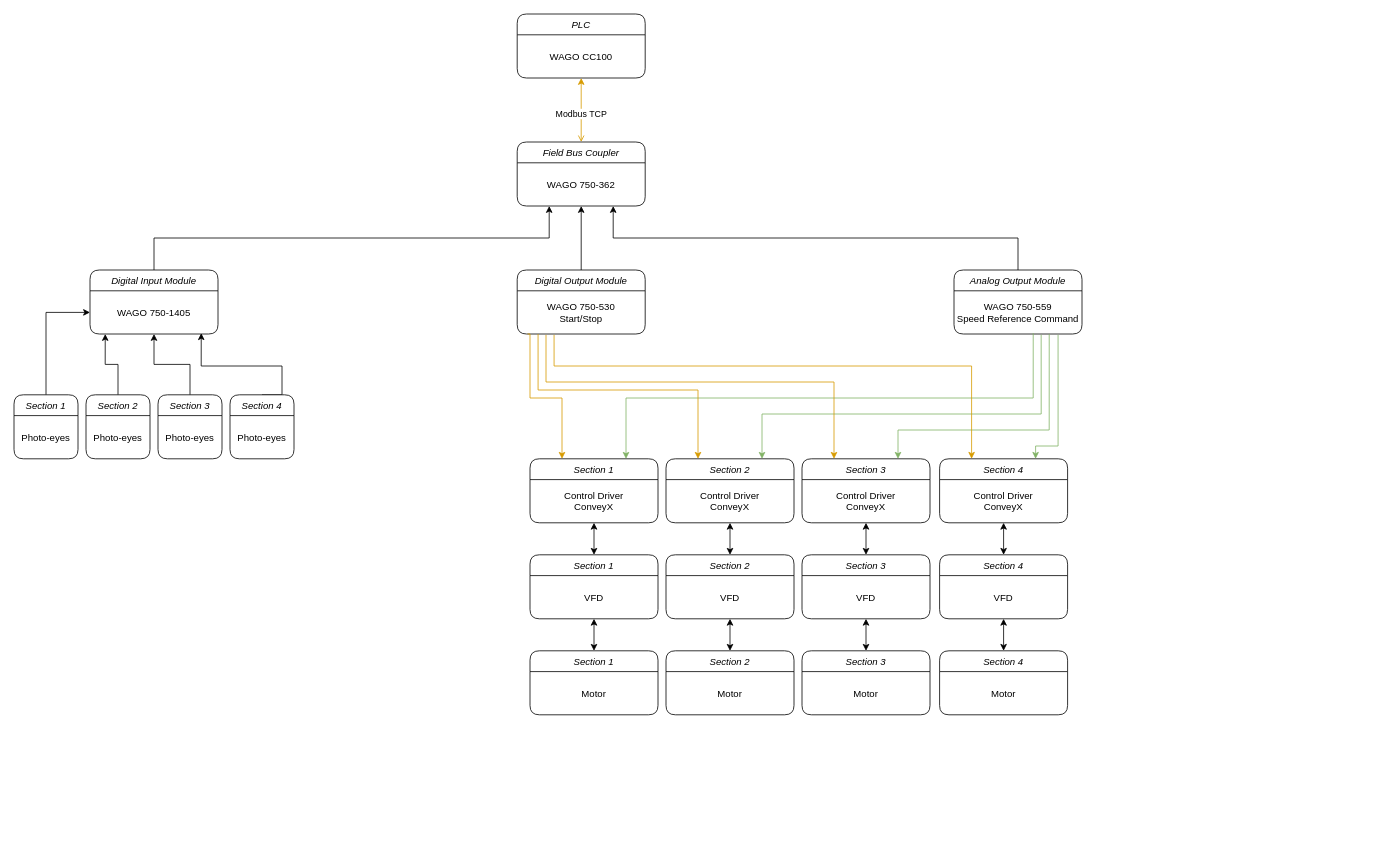
Above: Untitled Diagram.drawio in bactran1/AMZ-FlowControl (draw.io), before the change. Source tidied: cells renumbered, new cells numbered last; positions are measured from the earlier drawing's top-left corner, leaving out a move shared by most shapes. Both pictures are drawn from the tidied source at 80%, with x=0, y=0 at pixel (14, 14).
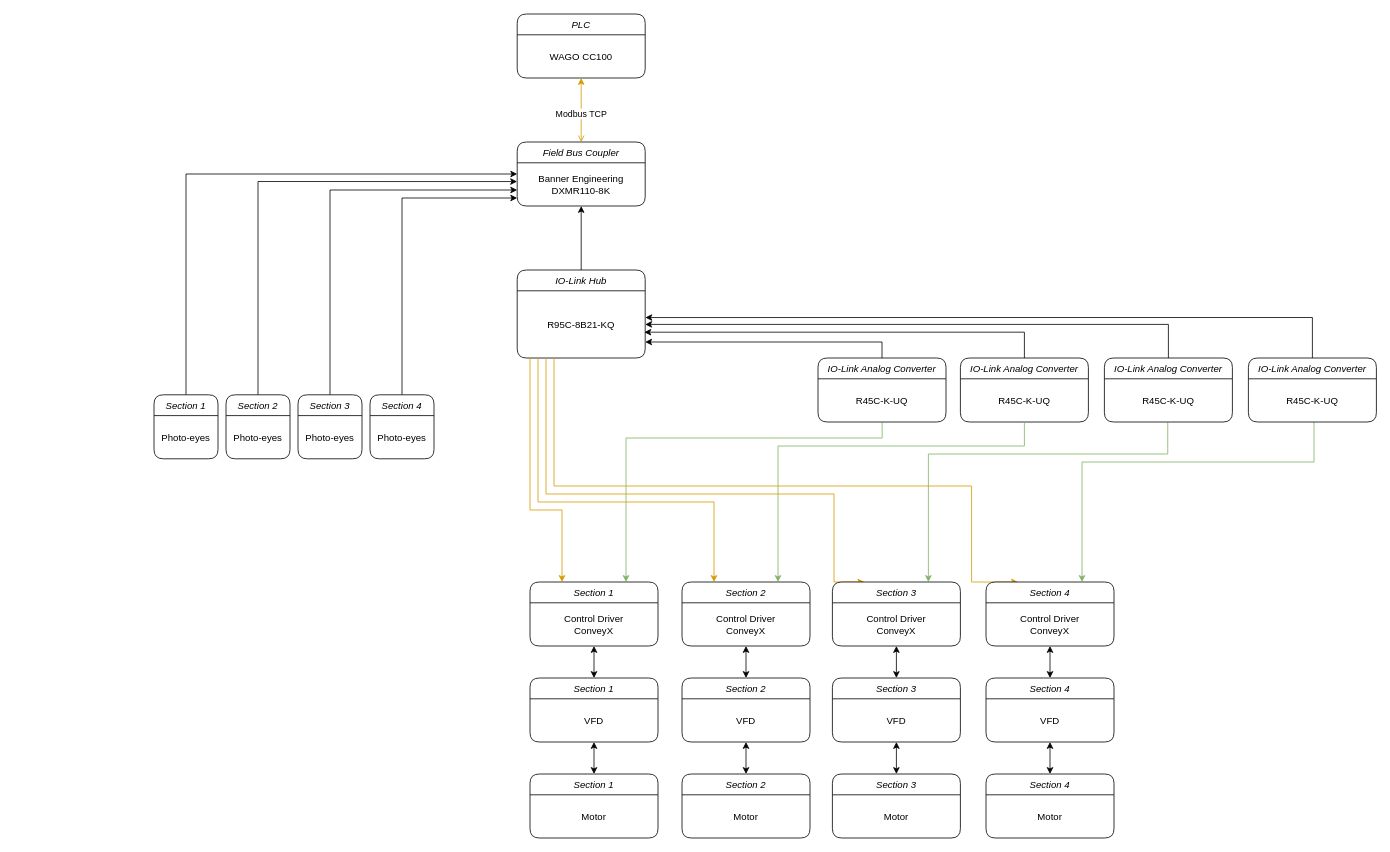
After the change.

The change refers to these unchanged cells:
```xml
<mxCell id="7" value="Field Bus Coupler" style="swimlane;fontStyle=2;align=center;verticalAlign=top;horizontal=1;startSize=26;rounded=1;shadow=0;strokeWidth=1;" parent="1" vertex="1">
  <mxGeometry x="629" y="160" width="160" height="80" as="geometry" />
</mxCell>
```

What changed in the source:
```diff
@@
-    <mxCell id="8" value="WAGO 750-362" style="text;align=center;verticalAlign=middle;spacingLeft=4;spacingRight=4;overflow=hidden;points=[[0,0.5],[1,0.5]];portConstraint=eastwest;rounded=0;shadow=0;html=0;" parent="7" vertex="1">
+    <mxCell id="8" value="Banner Engineering&#10;DXMR110-8K" style="text;align=center;verticalAlign=middle;spacingLeft=4;spacingRight=4;overflow=hidden;points=[[0,0.5],[1,0.5]];portConstraint=eastwest;rounded=0;shadow=0;html=0;" parent="7" vertex="1">
       <mxGeometry y="26" width="160" height="54" as="geometry" />
     </mxCell>
-    <mxCell id="9" style="edgeStyle=orthogonalEdgeStyle;rounded=0;jettySize=auto;html=1;exitX=0.5;exitY=0;exitDx=0;exitDy=0;entryX=0.25;entryY=1;entryDx=0;entryDy=0;" parent="1" edge="1" source="10" target="7">
-      <mxGeometry relative="1" as="geometry" />
-    </mxCell>
-    <mxCell id="10" value="Digital Input Module" style="swimlane;fontStyle=2;align=center;verticalAlign=top;horizontal=1;startSize=26;rounded=1;shadow=0;strokeWidth=1;" parent="1" vertex="1">
-      <mxGeometry x="95" y="320" width="160" height="80" as="geometry" />
-    </mxCell>
-    <mxCell id="11" value="WAGO 750-1405" style="text;align=center;verticalAlign=middle;spacingLeft=4;spacingRight=4;overflow=hidden;points=[[0,0.5],[1,0.5]];portConstraint=eastwest;rounded=0;shadow=0;html=0;" parent="10" vertex="1">
-      <mxGeometry y="26" width="160" height="54" as="geometry" />
-    </mxCell>
@@
-    <mxCell id="13" value="Digital Output Module" style="swimlane;fontStyle=2;align=center;verticalAlign=top;horizontal=1;startSize=26;rounded=1;shadow=0;strokeWidth=1;" parent="1" vertex="1">
-      <mxGeometry x="629" y="320" width="160" height="80" as="geometry" />
+    <mxCell id="13" value="IO-Link Hub" style="swimlane;fontStyle=2;align=center;verticalAlign=top;horizontal=1;startSize=26;rounded=1;shadow=0;strokeWidth=1;" parent="1" vertex="1">
+      <mxGeometry x="629" y="320" width="160" height="110" as="geometry" />
     </mxCell>
-    <mxCell id="14" value="WAGO 750-530&#10;Start/Stop" style="text;align=center;verticalAlign=middle;spacingLeft=4;spacingRight=4;overflow=hidden;points=[[0,0.5],[1,0.5]];portConstraint=eastwest;rounded=0;shadow=0;html=0;" parent="13" vertex="1">
-      <mxGeometry y="26" width="160" height="54" as="geometry" />
+    <mxCell id="14" value="R95C-8B21-KQ" style="text;align=center;verticalAlign=middle;spacingLeft=4;spacingRight=4;overflow=hidden;points=[[0,0.5],[1,0.5]];portConstraint=eastwest;rounded=0;shadow=0;html=0;" parent="13" vertex="1">
+      <mxGeometry y="26" width="160" height="84" as="geometry" />
     </mxCell>
-    <mxCell id="15" style="edgeStyle=orthogonalEdgeStyle;rounded=0;jettySize=auto;html=1;exitX=0.5;exitY=0;exitDx=0;exitDy=0;entryX=0.75;entryY=1;entryDx=0;entryDy=0;" parent="1" edge="1" source="16" target="7">
-      <mxGeometry relative="1" as="geometry" />
-    </mxCell>
+    <mxCell id="70" style="edgeStyle=orthogonalEdgeStyle;rounded=0;jettySize=auto;html=1;entryX=0.993;entryY=0.616;entryDx=0;entryDy=0;entryPerimeter=0;" parent="1" edge="1" source="16" target="14">
+      <mxGeometry relative="1" as="geometry">
+        <Array as="points">
+          <mxPoint x="1263" y="398" />
+        </Array>
+      </mxGeometry>
+    </mxCell>
-    <mxCell id="16" value="Analog Output Module" style="swimlane;fontStyle=2;align=center;verticalAlign=top;horizontal=1;startSize=26;rounded=1;shadow=0;strokeWidth=1;" parent="1" vertex="1">
-      <mxGeometry x="1175" y="320" width="160" height="80" as="geometry" />
+    <mxCell id="16" value="IO-Link Analog Converter" style="swimlane;fontStyle=2;align=center;verticalAlign=top;horizontal=1;startSize=26;rounded=1;shadow=0;strokeWidth=1;" parent="1" vertex="1">
+      <mxGeometry x="1183" y="430" width="160" height="80" as="geometry" />
     </mxCell>
-    <mxCell id="17" value="WAGO 750-559&#10;Speed Reference Command" style="text;align=center;verticalAlign=middle;spacingLeft=4;spacingRight=4;overflow=hidden;points=[[0,0.5],[1,0.5]];portConstraint=eastwest;rounded=0;shadow=0;html=0;" parent="16" vertex="1">
+    <mxCell id="17" value="R45C-K-UQ" style="text;align=center;verticalAlign=middle;spacingLeft=4;spacingRight=4;overflow=hidden;points=[[0,0.5],[1,0.5]];portConstraint=eastwest;rounded=0;shadow=0;html=0;" parent="16" vertex="1">
       <mxGeometry y="26" width="160" height="54" as="geometry" />
     </mxCell>
-    <mxCell id="18" style="edgeStyle=orthogonalEdgeStyle;rounded=0;jettySize=auto;html=1;exitX=0.5;exitY=0;exitDx=0;exitDy=0;entryX=0;entryY=0.5;entryDx=0;entryDy=0;" parent="1" edge="1" source="19" target="11">
+    <mxCell id="18" style="edgeStyle=orthogonalEdgeStyle;rounded=0;jettySize=auto;html=1;exitX=0.5;exitY=0;exitDx=0;exitDy=0;entryX=0;entryY=0.5;entryDx=0;entryDy=0;" parent="1" edge="1" source="19" target="7">
       <mxGeometry relative="1" as="geometry" />
     </mxCell>
     <mxCell id="19" value="Section 1" style="swimlane;fontStyle=2;align=center;verticalAlign=top;horizontal=1;startSize=26;rounded=1;shadow=0;strokeWidth=1;" parent="1" vertex="1">
-      <mxGeometry y="476" width="80" height="80" as="geometry" />
+      <mxGeometry x="175" y="476" width="80" height="80" as="geometry" />
     </mxCell>
@@
-    <mxCell id="21" style="edgeStyle=orthogonalEdgeStyle;rounded=0;jettySize=auto;html=1;exitX=0.5;exitY=0;exitDx=0;exitDy=0;entryX=0.119;entryY=1;entryDx=0;entryDy=0;entryPerimeter=0;" parent="1" edge="1" source="22" target="11">
+    <mxCell id="21" style="edgeStyle=orthogonalEdgeStyle;rounded=0;jettySize=auto;html=1;exitX=0.5;exitY=0;exitDx=0;exitDy=0;entryX=-0.001;entryY=0.434;entryDx=0;entryDy=0;entryPerimeter=0;" parent="1" edge="1" source="22" target="8">
       <mxGeometry relative="1" as="geometry" />
     </mxCell>
     <mxCell id="22" value="Section 2" style="swimlane;fontStyle=2;align=center;verticalAlign=top;horizontal=1;startSize=26;rounded=1;shadow=0;strokeWidth=1;" parent="1" vertex="1">
-      <mxGeometry x="90" y="476" width="80" height="80" as="geometry" />
+      <mxGeometry x="265" y="476" width="80" height="80" as="geometry" />
     </mxCell>
@@
-    <mxCell id="24" style="edgeStyle=orthogonalEdgeStyle;rounded=0;jettySize=auto;html=1;exitX=0.5;exitY=0;exitDx=0;exitDy=0;entryX=0.5;entryY=1;entryDx=0;entryDy=0;entryPerimeter=0;" parent="1" edge="1" source="25" target="11">
+    <mxCell id="24" style="edgeStyle=orthogonalEdgeStyle;rounded=0;jettySize=auto;html=1;exitX=0.5;exitY=0;exitDx=0;exitDy=0;entryX=0;entryY=0.75;entryDx=0;entryDy=0;" parent="1" edge="1" source="25" target="7">
       <mxGeometry relative="1" as="geometry" />
     </mxCell>
     <mxCell id="25" value="Section 3" style="swimlane;fontStyle=2;align=center;verticalAlign=top;horizontal=1;startSize=26;rounded=1;shadow=0;strokeWidth=1;" parent="1" vertex="1">
-      <mxGeometry x="180" y="476" width="80" height="80" as="geometry" />
+      <mxGeometry x="355" y="476" width="80" height="80" as="geometry" />
     </mxCell>
@@
-    <mxCell id="27" style="edgeStyle=orthogonalEdgeStyle;rounded=0;jettySize=auto;html=1;exitX=0.5;exitY=0;exitDx=0;exitDy=0;entryX=0.869;entryY=0.981;entryDx=0;entryDy=0;entryPerimeter=0;" parent="1" edge="1" source="28" target="11">
+    <mxCell id="27" style="edgeStyle=orthogonalEdgeStyle;rounded=0;jettySize=auto;html=1;exitX=0.5;exitY=0;exitDx=0;exitDy=0;" parent="1" edge="1" source="28" target="8">
       <mxGeometry relative="1" as="geometry">
         <Array as="points">
-          <mxPoint x="335" y="476" />
-          <mxPoint x="335" y="440" />
-          <mxPoint x="234" y="440" />
+          <mxPoint x="485" y="230" />
         </Array>
       </mxGeometry>
     </mxCell>
     <mxCell id="28" value="Section 4" style="swimlane;fontStyle=2;align=center;verticalAlign=top;horizontal=1;startSize=26;rounded=1;shadow=0;strokeWidth=1;" parent="1" vertex="1">
-      <mxGeometry x="270" y="476" width="80" height="80" as="geometry" />
+      <mxGeometry x="445" y="476" width="80" height="80" as="geometry" />
     </mxCell>
@@
-    <mxCell id="30" style="edgeStyle=orthogonalEdgeStyle;rounded=0;jettySize=auto;html=1;exitX=0.75;exitY=0;exitDx=0;exitDy=0;entryX=0.619;entryY=0.981;entryDx=0;entryDy=0;entryPerimeter=0;startArrow=classic;startFill=1;endArrow=none;endFill=0;fillColor=#d5e8d4;strokeColor=#82b366;" parent="1" edge="1" source="32" target="17">
+    <mxCell id="30" style="edgeStyle=orthogonalEdgeStyle;rounded=0;jettySize=auto;html=1;exitX=0.75;exitY=0;exitDx=0;exitDy=0;entryX=0.501;entryY=1.009;entryDx=0;entryDy=0;entryPerimeter=0;startArrow=classic;startFill=1;endArrow=none;endFill=0;fillColor=#d5e8d4;strokeColor=#82b366;" parent="1" edge="1" source="32" target="78">
       <mxGeometry relative="1" as="geometry">
         <Array as="points">
-          <mxPoint x="765" y="480" />
-          <mxPoint x="1274" y="480" />
+          <mxPoint x="765" y="530" />
+          <mxPoint x="1085" y="530" />
         </Array>
       </mxGeometry>
     </mxCell>
-    <mxCell id="31" style="edgeStyle=orthogonalEdgeStyle;rounded=0;jettySize=auto;html=1;exitX=0.25;exitY=0;exitDx=0;exitDy=0;entryX=0.081;entryY=1;entryDx=0;entryDy=0;entryPerimeter=0;startArrow=classic;startFill=1;endArrow=none;endFill=0;fillColor=#ffe6cc;strokeColor=#d79b00;" parent="1" edge="1" source="32" target="14">
+    <mxCell id="31" style="edgeStyle=orthogonalEdgeStyle;rounded=0;jettySize=auto;html=1;exitX=0.25;exitY=0;exitDx=0;exitDy=0;entryX=0.09;entryY=0.999;entryDx=0;entryDy=0;entryPerimeter=0;startArrow=classic;startFill=1;endArrow=none;endFill=0;fillColor=#ffe6cc;strokeColor=#d79b00;" parent="1" edge="1" source="32" target="14">
       <mxGeometry relative="1" as="geometry">
         <Array as="points">
-          <mxPoint x="685" y="480" />
-          <mxPoint x="645" y="480" />
-          <mxPoint x="645" y="400" />
+          <mxPoint x="685" y="620" />
+          <mxPoint x="645" y="620" />
+          <mxPoint x="645" y="430" />
         </Array>
       </mxGeometry>
     </mxCell>
     <mxCell id="32" value="Section 1" style="swimlane;fontStyle=2;align=center;verticalAlign=top;horizontal=1;startSize=26;rounded=1;shadow=0;strokeWidth=1;" parent="1" vertex="1">
-      <mxGeometry x="645" y="556" width="160" height="80" as="geometry" />
+      <mxGeometry x="645" y="710" width="160" height="80" as="geometry" />
     </mxCell>
@@
-    <mxCell id="34" style="edgeStyle=orthogonalEdgeStyle;rounded=0;jettySize=auto;html=1;exitX=0.75;exitY=0;exitDx=0;exitDy=0;entryX=0.681;entryY=1.019;entryDx=0;entryDy=0;entryPerimeter=0;startArrow=classic;startFill=1;endArrow=none;endFill=0;fillColor=#d5e8d4;strokeColor=#82b366;" parent="1" edge="1" source="36" target="17">
+    <mxCell id="34" style="edgeStyle=orthogonalEdgeStyle;rounded=0;jettySize=auto;html=1;exitX=0.75;exitY=0;exitDx=0;exitDy=0;startArrow=classic;startFill=1;endArrow=none;endFill=0;fillColor=#d5e8d4;strokeColor=#82b366;" parent="1" edge="1" source="36" target="17">
       <mxGeometry relative="1" as="geometry">
         <Array as="points">
-          <mxPoint x="935" y="500" />
-          <mxPoint x="1284" y="500" />
+          <mxPoint x="955" y="540" />
+          <mxPoint x="1263" y="540" />
         </Array>
       </mxGeometry>
     </mxCell>
-    <mxCell id="35" style="edgeStyle=orthogonalEdgeStyle;rounded=0;jettySize=auto;html=1;exitX=0.25;exitY=0;exitDx=0;exitDy=0;entryX=0.163;entryY=1;entryDx=0;entryDy=0;entryPerimeter=0;startArrow=classic;startFill=1;endArrow=none;endFill=0;fillColor=#ffe6cc;strokeColor=#d79b00;" parent="1" edge="1" source="36" target="14">
+    <mxCell id="35" style="edgeStyle=orthogonalEdgeStyle;rounded=0;jettySize=auto;html=1;exitX=0.25;exitY=0;exitDx=0;exitDy=0;startArrow=classic;startFill=1;endArrow=none;endFill=0;fillColor=#ffe6cc;strokeColor=#d79b00;" parent="1" edge="1" source="36" target="14">
       <mxGeometry relative="1" as="geometry">
         <Array as="points">
-          <mxPoint x="855" y="470" />
-          <mxPoint x="655" y="470" />
+          <mxPoint x="875" y="610" />
+          <mxPoint x="655" y="610" />
         </Array>
       </mxGeometry>
     </mxCell>
     <mxCell id="36" value="Section 2" style="swimlane;fontStyle=2;align=center;verticalAlign=top;horizontal=1;startSize=26;rounded=1;shadow=0;strokeWidth=1;" parent="1" vertex="1">
-      <mxGeometry x="815" y="556" width="160" height="80" as="geometry" />
+      <mxGeometry x="835" y="710" width="160" height="80" as="geometry" />
     </mxCell>
@@
-    <mxCell id="38" style="edgeStyle=orthogonalEdgeStyle;rounded=0;jettySize=auto;html=1;exitX=0.75;exitY=0;exitDx=0;exitDy=0;entryX=0.744;entryY=1;entryDx=0;entryDy=0;entryPerimeter=0;startArrow=classic;startFill=1;endArrow=none;endFill=0;fillColor=#d5e8d4;strokeColor=#82b366;" parent="1" edge="1" source="40" target="17">
+    <mxCell id="38" style="edgeStyle=orthogonalEdgeStyle;rounded=0;jettySize=auto;html=1;exitX=0.75;exitY=0;exitDx=0;exitDy=0;entryX=0.495;entryY=1.009;entryDx=0;entryDy=0;entryPerimeter=0;startArrow=classic;startFill=1;endArrow=none;endFill=0;fillColor=#d5e8d4;strokeColor=#82b366;" parent="1" edge="1" source="40" target="75">
       <mxGeometry relative="1" as="geometry">
         <Array as="points">
-          <mxPoint x="1105" y="520" />
-          <mxPoint x="1294" y="520" />
+          <mxPoint x="1143" y="550" />
+          <mxPoint x="1442" y="550" />
         </Array>
       </mxGeometry>
     </mxCell>
-    <mxCell id="39" style="edgeStyle=orthogonalEdgeStyle;rounded=0;jettySize=auto;html=1;exitX=0.25;exitY=0;exitDx=0;exitDy=0;entryX=0.225;entryY=1.019;entryDx=0;entryDy=0;entryPerimeter=0;startArrow=classic;startFill=1;endArrow=none;endFill=0;fillColor=#ffe6cc;strokeColor=#d79b00;" parent="1" edge="1" source="40" target="14">
+    <mxCell id="39" style="edgeStyle=orthogonalEdgeStyle;rounded=0;jettySize=auto;html=1;exitX=0.25;exitY=0;exitDx=0;exitDy=0;startArrow=classic;startFill=1;endArrow=none;endFill=0;fillColor=#ffe6cc;strokeColor=#d79b00;" parent="1" edge="1" source="40">
       <mxGeometry relative="1" as="geometry">
+        <mxPoint x="665" y="430" as="targetPoint" />
         <Array as="points">
-          <mxPoint x="1025" y="460" />
-          <mxPoint x="665" y="460" />
+          <mxPoint x="1025" y="710" />
+          <mxPoint x="1025" y="600" />
+          <mxPoint x="665" y="600" />
         </Array>
       </mxGeometry>
     </mxCell>
     <mxCell id="40" value="Section 3" style="swimlane;fontStyle=2;align=center;verticalAlign=top;horizontal=1;startSize=26;rounded=1;shadow=0;strokeWidth=1;" parent="1" vertex="1">
-      <mxGeometry x="985" y="556" width="160" height="80" as="geometry" />
+      <mxGeometry x="1023" y="710" width="160" height="80" as="geometry" />
     </mxCell>
@@
-    <mxCell id="42" style="edgeStyle=orthogonalEdgeStyle;rounded=0;jettySize=auto;html=1;exitX=0.75;exitY=0;exitDx=0;exitDy=0;entryX=0.813;entryY=1.019;entryDx=0;entryDy=0;entryPerimeter=0;startArrow=classic;startFill=1;endArrow=none;endFill=0;fillColor=#d5e8d4;strokeColor=#82b366;" parent="1" edge="1" source="44" target="17">
+    <mxCell id="42" style="edgeStyle=orthogonalEdgeStyle;rounded=0;jettySize=auto;html=1;exitX=0.75;exitY=0;exitDx=0;exitDy=0;startArrow=classic;startFill=1;endArrow=none;endFill=0;fillColor=#d5e8d4;strokeColor=#82b366;" parent="1" edge="1" source="44" target="71">
       <mxGeometry relative="1" as="geometry">
         <Array as="points">
-          <mxPoint x="1277" y="540" />
-          <mxPoint x="1305" y="540" />
+          <mxPoint x="1335" y="560" />
+          <mxPoint x="1625" y="560" />
         </Array>
       </mxGeometry>
     </mxCell>
-    <mxCell id="43" style="edgeStyle=orthogonalEdgeStyle;rounded=0;jettySize=auto;html=1;exitX=0.25;exitY=0;exitDx=0;exitDy=0;entryX=0.288;entryY=1.019;entryDx=0;entryDy=0;entryPerimeter=0;startArrow=classic;startFill=1;endArrow=none;endFill=0;fillColor=#ffe6cc;strokeColor=#d79b00;" parent="1" edge="1" source="44" target="14">
+    <mxCell id="43" style="edgeStyle=orthogonalEdgeStyle;rounded=0;jettySize=auto;html=1;exitX=0.25;exitY=0;exitDx=0;exitDy=0;startArrow=classic;startFill=1;endArrow=none;endFill=0;fillColor=#ffe6cc;strokeColor=#d79b00;" parent="1" edge="1" source="44" target="14">
       <mxGeometry relative="1" as="geometry">
         <Array as="points">
-          <mxPoint x="1197" y="440" />
-          <mxPoint x="675" y="440" />
+          <mxPoint x="1197" y="710" />
+          <mxPoint x="1197" y="590" />
+          <mxPoint x="675" y="590" />
         </Array>
       </mxGeometry>
     </mxCell>
     <mxCell id="44" value="Section 4" style="swimlane;fontStyle=2;align=center;verticalAlign=top;horizontal=1;startSize=26;rounded=1;shadow=0;strokeWidth=1;" parent="1" vertex="1">
-      <mxGeometry x="1157" y="556" width="160" height="80" as="geometry" />
+      <mxGeometry x="1215" y="710" width="160" height="80" as="geometry" />
     </mxCell>
@@
     <mxCell id="47" value="Section 1" style="swimlane;fontStyle=2;align=center;verticalAlign=top;horizontal=1;startSize=26;rounded=1;shadow=0;strokeWidth=1;" parent="1" vertex="1">
-      <mxGeometry x="645" y="676" width="160" height="80" as="geometry" />
+      <mxGeometry x="645" y="830" width="160" height="80" as="geometry" />
     </mxCell>
@@
     <mxCell id="50" value="Section 2" style="swimlane;fontStyle=2;align=center;verticalAlign=top;horizontal=1;startSize=26;rounded=1;shadow=0;strokeWidth=1;" parent="1" vertex="1">
-      <mxGeometry x="815" y="676" width="160" height="80" as="geometry" />
+      <mxGeometry x="835" y="830" width="160" height="80" as="geometry" />
     </mxCell>
@@
     <mxCell id="53" value="Section 3" style="swimlane;fontStyle=2;align=center;verticalAlign=top;horizontal=1;startSize=26;rounded=1;shadow=0;strokeWidth=1;" parent="1" vertex="1">
-      <mxGeometry x="985" y="676" width="160" height="80" as="geometry" />
+      <mxGeometry x="1023" y="830" width="160" height="80" as="geometry" />
     </mxCell>
@@
     <mxCell id="56" value="Section 4" style="swimlane;fontStyle=2;align=center;verticalAlign=top;horizontal=1;startSize=26;rounded=1;shadow=0;strokeWidth=1;" parent="1" vertex="1">
-      <mxGeometry x="1157" y="676" width="160" height="80" as="geometry" />
+      <mxGeometry x="1215" y="830" width="160" height="80" as="geometry" />
     </mxCell>
@@
     <mxCell id="59" value="Section 1" style="swimlane;fontStyle=2;align=center;verticalAlign=top;horizontal=1;startSize=26;rounded=1;shadow=0;strokeWidth=1;" parent="1" vertex="1">
-      <mxGeometry x="645" y="796" width="160" height="80" as="geometry" />
+      <mxGeometry x="645" y="950" width="160" height="80" as="geometry" />
     </mxCell>
@@
     <mxCell id="62" value="Section 2" style="swimlane;fontStyle=2;align=center;verticalAlign=top;horizontal=1;startSize=26;rounded=1;shadow=0;strokeWidth=1;" parent="1" vertex="1">
-      <mxGeometry x="815" y="796" width="160" height="80" as="geometry" />
+      <mxGeometry x="835" y="950" width="160" height="80" as="geometry" />
     </mxCell>
@@
     <mxCell id="65" value="Section 3" style="swimlane;fontStyle=2;align=center;verticalAlign=top;horizontal=1;startSize=26;rounded=1;shadow=0;strokeWidth=1;" parent="1" vertex="1">
-      <mxGeometry x="985" y="796" width="160" height="80" as="geometry" />
+      <mxGeometry x="1023" y="950" width="160" height="80" as="geometry" />
     </mxCell>
@@
     <mxCell id="68" value="Section 4" style="swimlane;fontStyle=2;align=center;verticalAlign=top;horizontal=1;startSize=26;rounded=1;shadow=0;strokeWidth=1;" parent="1" vertex="1">
-      <mxGeometry x="1157" y="796" width="160" height="80" as="geometry" />
+      <mxGeometry x="1215" y="950" width="160" height="80" as="geometry" />
     </mxCell>
@@
+    <mxCell id="71" value="IO-Link Analog Converter" style="swimlane;fontStyle=2;align=center;verticalAlign=top;horizontal=1;startSize=26;rounded=1;shadow=0;strokeWidth=1;" parent="1" vertex="1">
+      <mxGeometry x="1543" y="430" width="160" height="80" as="geometry" />
+    </mxCell>
+    <mxCell id="72" value="R45C-K-UQ" style="text;align=center;verticalAlign=middle;spacingLeft=4;spacingRight=4;overflow=hidden;rounded=0;shadow=0;html=0;" parent="71" vertex="1">
+      <mxGeometry y="26" width="160" height="54" as="geometry" />
+    </mxCell>
+    <mxCell id="73" style="edgeStyle=orthogonalEdgeStyle;rounded=0;jettySize=auto;html=1;entryX=1;entryY=0.5;entryDx=0;entryDy=0;" parent="1" edge="1" source="74" target="14">
+      <mxGeometry relative="1" as="geometry">
+        <Array as="points">
+          <mxPoint x="1443" y="388" />
+        </Array>
+      </mxGeometry>
+    </mxCell>
+    <mxCell id="74" value="IO-Link Analog Converter" style="swimlane;fontStyle=2;align=center;verticalAlign=top;horizontal=1;startSize=26;rounded=1;shadow=0;strokeWidth=1;" parent="1" vertex="1">
+      <mxGeometry x="1363" y="430" width="160" height="80" as="geometry" />
+    </mxCell>
+    <mxCell id="75" value="R45C-K-UQ" style="text;align=center;verticalAlign=middle;spacingLeft=4;spacingRight=4;overflow=hidden;points=[[0,0.5],[1,0.5]];portConstraint=eastwest;rounded=0;shadow=0;html=0;" parent="74" vertex="1">
+      <mxGeometry y="26" width="160" height="54" as="geometry" />
+    </mxCell>
+    <mxCell id="76" style="edgeStyle=orthogonalEdgeStyle;rounded=0;jettySize=auto;html=1;exitX=0.5;exitY=0;exitDx=0;exitDy=0;" parent="1" edge="1" source="77">
+      <mxGeometry relative="1" as="geometry">
+        <mxPoint x="789" y="410" as="targetPoint" />
+        <Array as="points">
+          <mxPoint x="1085" y="410" />
+          <mxPoint x="789" y="410" />
+        </Array>
+      </mxGeometry>
+    </mxCell>
+    <mxCell id="77" value="IO-Link Analog Converter" style="swimlane;fontStyle=2;align=center;verticalAlign=top;horizontal=1;startSize=26;rounded=1;shadow=0;strokeWidth=1;" parent="1" vertex="1">
+      <mxGeometry x="1005" y="430" width="160" height="80" as="geometry" />
+    </mxCell>
+    <mxCell id="78" value="R45C-K-UQ" style="text;align=center;verticalAlign=middle;spacingLeft=4;spacingRight=4;overflow=hidden;points=[[0,0.5],[1,0.5]];portConstraint=eastwest;rounded=0;shadow=0;html=0;" parent="77" vertex="1">
+      <mxGeometry y="26" width="160" height="54" as="geometry" />
+    </mxCell>
+    <mxCell id="79" style="edgeStyle=orthogonalEdgeStyle;rounded=0;jettySize=auto;html=1;entryX=1.001;entryY=0.398;entryDx=0;entryDy=0;entryPerimeter=0;" parent="1" edge="1" source="71" target="14">
+      <mxGeometry relative="1" as="geometry">
+        <Array as="points">
+          <mxPoint x="1623" y="379" />
+        </Array>
+      </mxGeometry>
+    </mxCell>
```
